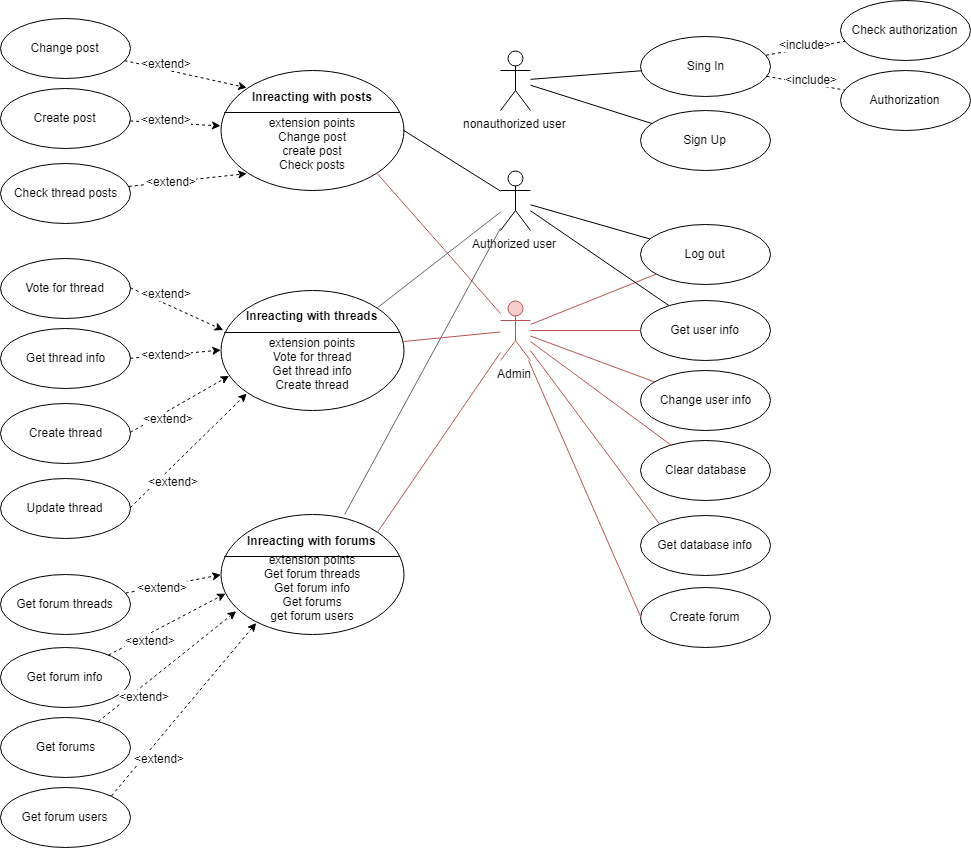
Above: schemes/use-case.png in Kotyarich/forum-course-project (draw.io), before the change. Source tidied: cells renumbered, new cells last; positions are measured from the earlier drawing's top-left corner, leaving out a move shared by most shapes.
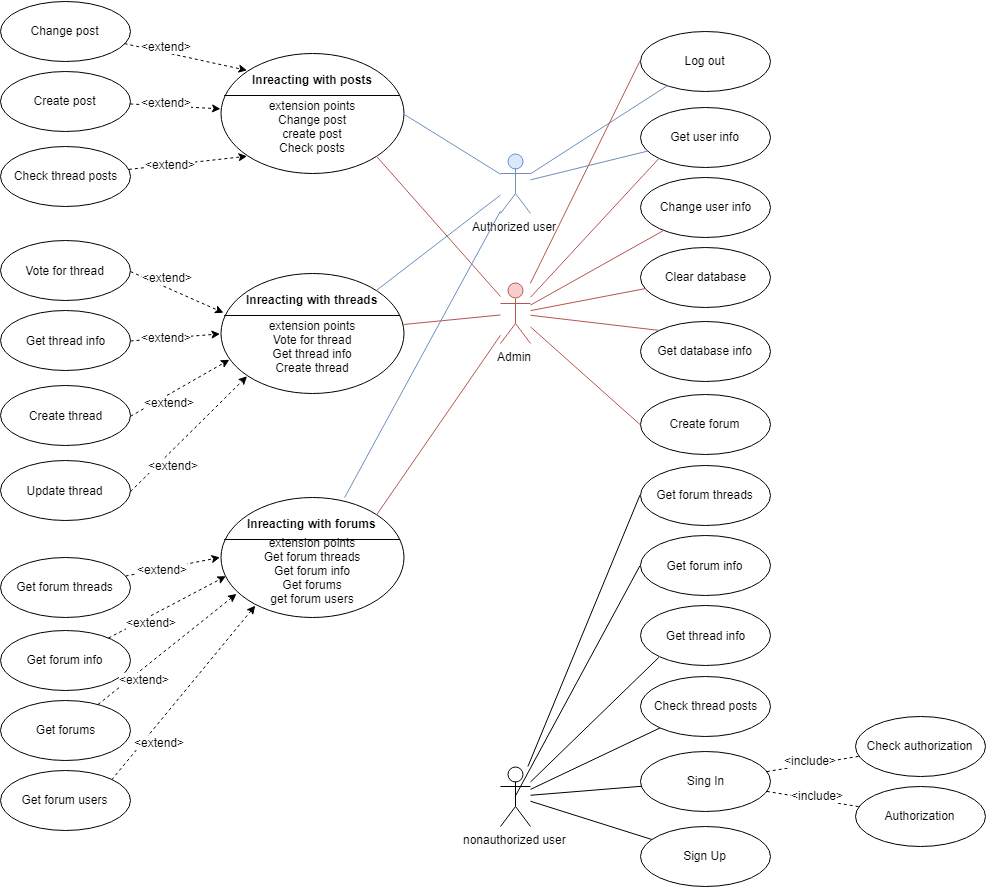
Above is the later version.

Commit message:
use-case

Change to the diagram source:
```diff
@@ -2,17 +2,17 @@
   <root>
     <mxCell id="0" />
     <mxCell id="1" parent="0" />
-    <mxCell id="2" value="Authorized user" style="shape=umlActor;verticalLabelPosition=bottom;labelBackgroundColor=#ffffff;verticalAlign=top;html=1;outlineConnect=0;" parent="1" vertex="1">
+    <mxCell id="2" value="Authorized user" style="shape=umlActor;verticalLabelPosition=bottom;labelBackgroundColor=#ffffff;verticalAlign=top;html=1;outlineConnect=0;fillColor=#dae8fc;strokeColor=#6c8ebf;" parent="1" vertex="1">
       <mxGeometry x="500" y="170" width="30" height="60" as="geometry" />
     </mxCell>
     <mxCell id="3" value="Sign Up" style="ellipse;whiteSpace=wrap;html=1;" parent="1" vertex="1">
-      <mxGeometry x="640" y="110" width="130" height="60" as="geometry" />
+      <mxGeometry x="640" y="843" width="130" height="60" as="geometry" />
     </mxCell>
     <mxCell id="4" value="Sing In" style="ellipse;whiteSpace=wrap;html=1;" parent="1" vertex="1">
-      <mxGeometry x="640" y="35.5" width="130" height="60" as="geometry" />
+      <mxGeometry x="640" y="768" width="130" height="60" as="geometry" />
     </mxCell>
     <mxCell id="5" value="Log out" style="ellipse;whiteSpace=wrap;html=1;" parent="1" vertex="1">
-      <mxGeometry x="640" y="224" width="130" height="60" as="geometry" />
+      <mxGeometry x="640" y="47.5" width="130" height="60" as="geometry" />
     </mxCell>
     <mxCell id="6" style="endArrow=none;html=1;" parent="1" edge="1" source="73" target="3">
       <mxGeometry relative="1" as="geometry" />
@@ -20,11 +20,11 @@
     <mxCell id="7" style="endArrow=none;html=1;" parent="1" edge="1" source="73" target="4">
       <mxGeometry relative="1" as="geometry" />
     </mxCell>
-    <mxCell id="8" style="endArrow=none;html=1;" parent="1" edge="1" source="2" target="5">
+    <mxCell id="8" style="endArrow=none;html=1;fillColor=#dae8fc;strokeColor=#6c8ebf;" parent="1" edge="1" source="2" target="5">
       <mxGeometry relative="1" as="geometry" />
     </mxCell>
     <mxCell id="9" value="Check authorization" style="ellipse;whiteSpace=wrap;html=1;" parent="1" vertex="1">
-      <mxGeometry x="840" width="130" height="60" as="geometry" />
+      <mxGeometry x="855" y="733" width="130" height="60" as="geometry" />
     </mxCell>
     <mxCell id="10" style="endArrow=none;dashed=1;html=1;" parent="1" edge="1" source="4" target="9">
       <mxGeometry relative="1" as="geometry" />
@@ -35,7 +35,7 @@
       </mxGeometry>
     </mxCell>
     <mxCell id="12" value="Authorization" style="ellipse;whiteSpace=wrap;html=1;" parent="1" vertex="1">
-      <mxGeometry x="840" y="70" width="130" height="60" as="geometry" />
+      <mxGeometry x="855" y="803" width="130" height="60" as="geometry" />
     </mxCell>
     <mxCell id="13" style="endArrow=none;dashed=1;html=1;" parent="1" edge="1" source="4" target="12">
       <mxGeometry relative="1" as="geometry" />
@@ -48,14 +48,14 @@
     <mxCell id="15" value="Admin" style="shape=umlActor;verticalLabelPosition=bottom;labelBackgroundColor=#ffffff;verticalAlign=top;html=1;outlineConnect=0;fillColor=#f8cecc;strokeColor=#b85450;" parent="1" vertex="1">
       <mxGeometry x="500" y="300" width="30" height="60" as="geometry" />
     </mxCell>
-    <mxCell id="16" style="endArrow=none;html=1;fillColor=#f8cecc;strokeColor=#b85450;" parent="1" edge="1" source="15" target="5">
+    <mxCell id="16" style="endArrow=none;html=1;fillColor=#f8cecc;strokeColor=#b85450;entryX=0;entryY=0.5;entryDx=0;entryDy=0;" parent="1" edge="1" source="15" target="5">
       <mxGeometry relative="1" as="geometry" />
     </mxCell>
     <mxCell id="17" value="Clear database" style="ellipse;whiteSpace=wrap;html=1;" parent="1" vertex="1">
-      <mxGeometry x="640" y="440" width="130" height="60" as="geometry" />
+      <mxGeometry x="640" y="263.5" width="130" height="60" as="geometry" />
     </mxCell>
     <mxCell id="18" value="Get database info" style="ellipse;whiteSpace=wrap;html=1;" parent="1" vertex="1">
-      <mxGeometry x="640" y="514.5" width="130" height="60" as="geometry" />
+      <mxGeometry x="640" y="338" width="130" height="60" as="geometry" />
     </mxCell>
     <mxCell id="19" style="endArrow=none;html=1;fillColor=#f8cecc;strokeColor=#b85450;" parent="1" edge="1" source="15" target="17">
       <mxGeometry relative="1" as="geometry" />
@@ -64,16 +64,16 @@
       <mxGeometry relative="1" as="geometry" />
     </mxCell>
     <mxCell id="21" value="Get user info" style="ellipse;whiteSpace=wrap;html=1;" parent="1" vertex="1">
-      <mxGeometry x="640" y="300" width="130" height="60" as="geometry" />
+      <mxGeometry x="640" y="123.5" width="130" height="60" as="geometry" />
     </mxCell>
-    <mxCell id="22" style="endArrow=none;html=1;" parent="1" edge="1" source="21" target="2">
+    <mxCell id="22" style="endArrow=none;html=1;fillColor=#dae8fc;strokeColor=#6c8ebf;" parent="1" edge="1" source="21" target="2">
       <mxGeometry relative="1" as="geometry" />
     </mxCell>
-    <mxCell id="23" style="endArrow=none;html=1;fillColor=#f8cecc;strokeColor=#b85450;" parent="1" edge="1" source="15" target="21">
+    <mxCell id="23" style="endArrow=none;html=1;fillColor=#f8cecc;strokeColor=#b85450;entryX=0;entryY=1;entryDx=0;entryDy=0;" parent="1" edge="1" source="15" target="21">
       <mxGeometry relative="1" as="geometry" />
     </mxCell>
     <mxCell id="24" value="Change user info" style="ellipse;whiteSpace=wrap;html=1;" parent="1" vertex="1">
-      <mxGeometry x="640" y="370" width="130" height="60" as="geometry" />
+      <mxGeometry x="640" y="193.5" width="130" height="60" as="geometry" />
     </mxCell>
     <mxCell id="25" style="endArrow=none;html=1;fillColor=#f8cecc;strokeColor=#b85450;" parent="1" edge="1" source="24" target="15">
       <mxGeometry relative="1" as="geometry" />
@@ -102,7 +102,7 @@
     <mxCell id="33" value="Inreacting with posts" style="html=1;verticalAlign=middle;align=center;labelBackgroundColor=none;fontStyle=1;" parent="32" vertex="1">
       <mxGeometry x="91.5" y="25.5" as="geometry" />
     </mxCell>
-    <mxCell id="34" style="endArrow=none;html=1;labelBackgroundColor=#FF6666;fontColor=#FF6666;exitX=1;exitY=0.5;exitDx=0;exitDy=0;exitPerimeter=0;" parent="1" edge="1" source="32" target="2">
+    <mxCell id="34" style="endArrow=none;html=1;labelBackgroundColor=#FF6666;fontColor=#FF6666;exitX=1;exitY=0.5;exitDx=0;exitDy=0;exitPerimeter=0;fillColor=#dae8fc;strokeColor=#6c8ebf;" parent="1" edge="1" source="32" target="2">
       <mxGeometry relative="1" as="geometry" />
     </mxCell>
     <mxCell id="35" style="endArrow=none;html=1;labelBackgroundColor=#FF6666;fontColor=#FF6666;exitX=0.855;exitY=0.855;exitDx=0;exitDy=0;exitPerimeter=0;fillColor=#f8cecc;strokeColor=#b85450;" parent="1" edge="1" source="32" target="15">
@@ -141,7 +141,7 @@
     <mxCell id="44" style="endArrow=none;html=1;labelBackgroundColor=#FF6666;fontColor=#000000;fillColor=#f8cecc;strokeColor=#b85450;" parent="1" edge="1" source="15" target="42">
       <mxGeometry relative="1" as="geometry" />
     </mxCell>
-    <mxCell id="45" style="endArrow=none;html=1;labelBackgroundColor=#FF6666;fontColor=#000000;fillColor=#f5f5f5;strokeColor=#666666;entryX=0.855;entryY=0.145;entryDx=0;entryDy=0;entryPerimeter=0;" parent="1" edge="1" source="2" target="42">
+    <mxCell id="45" style="endArrow=none;html=1;labelBackgroundColor=#FF6666;fontColor=#000000;fillColor=#dae8fc;strokeColor=#6c8ebf;entryX=0.855;entryY=0.145;entryDx=0;entryDy=0;entryPerimeter=0;" parent="1" edge="1" source="2" target="42">
       <mxGeometry relative="1" as="geometry" />
     </mxCell>
     <mxCell id="46" style="endArrow=classic;html=1;labelBackgroundColor=#FF6666;fontColor=#FF6666;dashed=1;entryX=0.018;entryY=0.325;entryDx=0;entryDy=0;entryPerimeter=0;exitX=1;exitY=0.5;exitDx=0;exitDy=0;" parent="1" edge="1" source="27" target="42">
@@ -186,7 +186,7 @@
       <mxGeometry x="91.5" y="25.5" as="geometry" />
     </mxCell>
     <mxCell id="57" value="Create forum&lt;br&gt;" style="ellipse;whiteSpace=wrap;html=1;" parent="1" vertex="1">
-      <mxGeometry x="640" y="587" width="130" height="60" as="geometry" />
+      <mxGeometry x="640" y="410.5" width="130" height="60" as="geometry" />
     </mxCell>
     <mxCell id="58" value="Get forum threads" style="ellipse;whiteSpace=wrap;html=1;" parent="1" vertex="1">
       <mxGeometry y="574" width="130" height="60" as="geometry" />
@@ -235,14 +235,38 @@
     <mxCell id="70" style="endArrow=none;html=1;labelBackgroundColor=#FF6666;fontColor=#000000;fillColor=#f8cecc;strokeColor=#b85450;entryX=0.855;entryY=0.145;entryDx=0;entryDy=0;entryPerimeter=0;" parent="1" edge="1" source="15" target="55">
       <mxGeometry relative="1" as="geometry" />
     </mxCell>
-    <mxCell id="71" style="endArrow=none;html=1;labelBackgroundColor=#FF6666;fontColor=#000000;fillColor=#f5f5f5;strokeColor=#666666;" parent="1" edge="1" source="2" target="55">
+    <mxCell id="71" style="endArrow=none;html=1;labelBackgroundColor=#FF6666;fontColor=#000000;fillColor=#dae8fc;strokeColor=#6c8ebf;" parent="1" edge="1" source="2" target="55">
       <mxGeometry relative="1" as="geometry" />
     </mxCell>
     <mxCell id="72" style="endArrow=none;html=1;labelBackgroundColor=#FF6666;fontColor=#000000;fillColor=#f8cecc;strokeColor=#b85450;entryX=0;entryY=0.5;entryDx=0;entryDy=0;" parent="1" edge="1" source="15" target="57">
       <mxGeometry relative="1" as="geometry" />
     </mxCell>
     <mxCell id="73" value="nonauthorized user" style="shape=umlActor;verticalLabelPosition=bottom;labelBackgroundColor=#ffffff;verticalAlign=top;html=1;outlineConnect=0;" parent="1" vertex="1">
-      <mxGeometry x="500" y="50" width="30" height="60" as="geometry" />
+      <mxGeometry x="500" y="783" width="30" height="60" as="geometry" />
     </mxCell>
+    <mxCell id="74" value="Check thread posts" style="ellipse;whiteSpace=wrap;html=1;" parent="1" vertex="1">
+      <mxGeometry x="640" y="693" width="130" height="60" as="geometry" />
+    </mxCell>
+    <mxCell id="75" value="Get thread info" style="ellipse;whiteSpace=wrap;html=1;" parent="1" vertex="1">
+      <mxGeometry x="640" y="622.5" width="130" height="60" as="geometry" />
+    </mxCell>
+    <mxCell id="76" value="Get forum threads" style="ellipse;whiteSpace=wrap;html=1;" parent="1" vertex="1">
+      <mxGeometry x="640" y="482" width="130" height="60" as="geometry" />
+    </mxCell>
+    <mxCell id="77" value="Get forum info" style="ellipse;whiteSpace=wrap;html=1;" parent="1" vertex="1">
+      <mxGeometry x="640" y="552.5" width="130" height="60" as="geometry" />
+    </mxCell>
+    <mxCell id="78" style="endArrow=none;html=1;" parent="1" edge="1" source="73" target="74">
+      <mxGeometry relative="1" as="geometry" />
+    </mxCell>
+    <mxCell id="79" style="endArrow=none;html=1;entryX=0;entryY=1;entryDx=0;entryDy=0;" parent="1" edge="1" source="73" target="75">
+      <mxGeometry relative="1" as="geometry" />
+    </mxCell>
+    <mxCell id="80" style="endArrow=none;html=1;exitX=0.5;exitY=0.5;exitDx=0;exitDy=0;exitPerimeter=0;entryX=0;entryY=0.5;entryDx=0;entryDy=0;" parent="1" edge="1" source="73" target="77">
+      <mxGeometry relative="1" as="geometry" />
+    </mxCell>
+    <mxCell id="81" style="endArrow=none;html=1;entryX=0;entryY=0.5;entryDx=0;entryDy=0;" parent="1" edge="1" source="73" target="76">
+      <mxGeometry relative="1" as="geometry" />
+    </mxCell>
   </root>
 </mxGraphModel>
```
